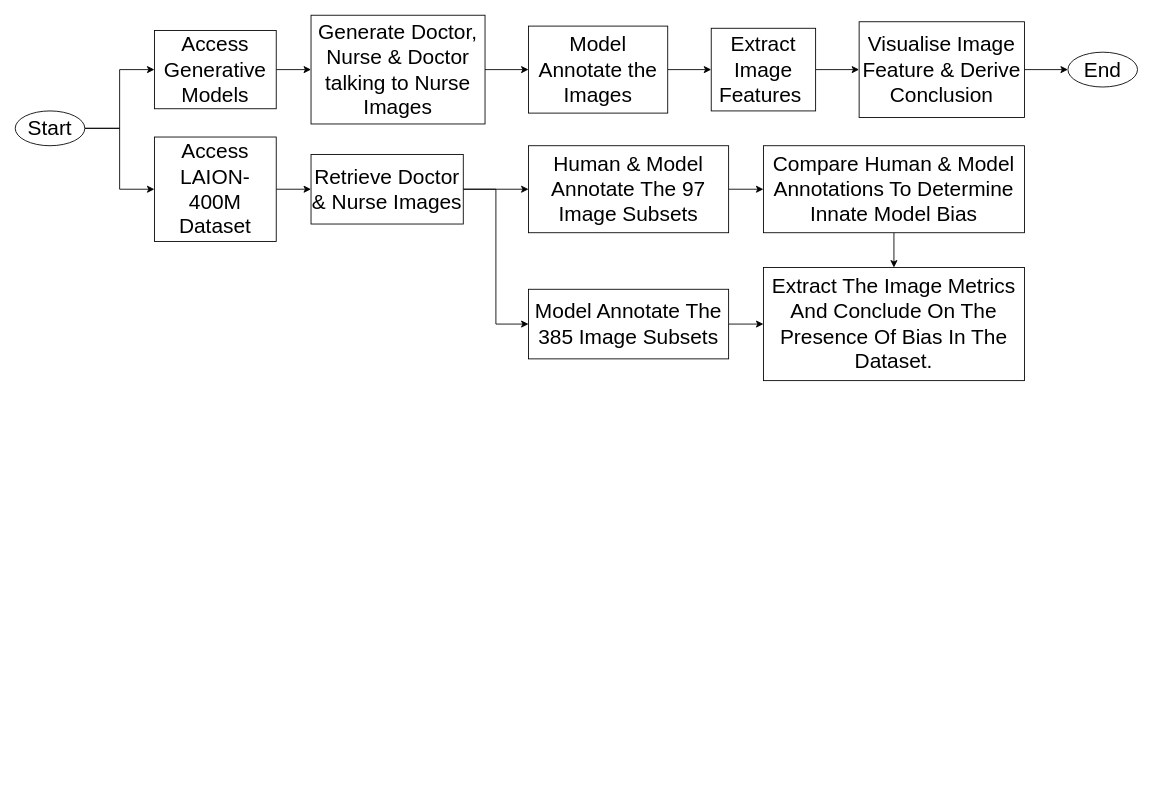
Earlier version of the draw.io diagram FYP - Thesis Write Up/FYP-FullPipeline.drawio (Jer0me123/FYP). Source tidied: cells renumbered, new cells numbered last; positions are measured from the earlier drawing's top-left corner, leaving out a move shared by most shapes. Both pictures are drawn from the tidied source at 87%, with x=0, y=0 at pixel (15, 15).
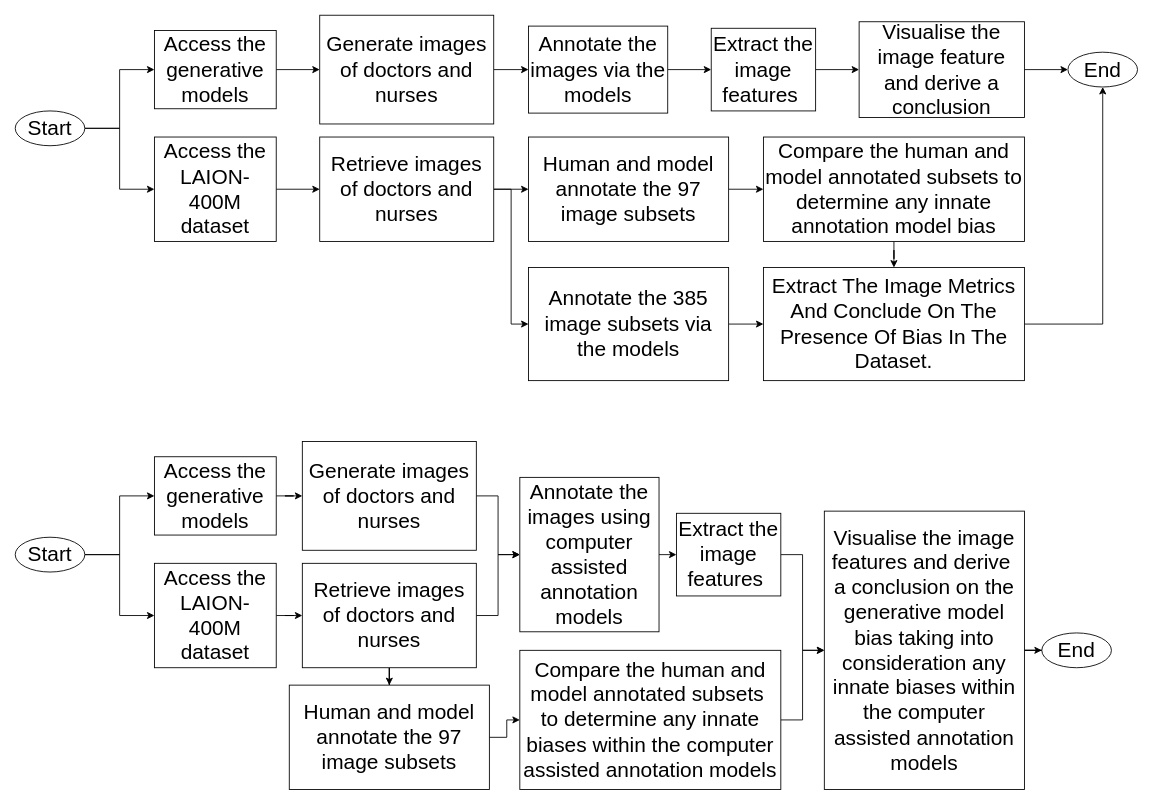
Above is the later version.

The change refers to these unchanged cells:
```xml
<mxCell id="5" value="End" style="ellipse;whiteSpace=wrap;html=1;fontSize=24;" parent="1" vertex="1">
  <mxGeometry x="1210" y="42.5" width="80" height="40" as="geometry" />
</mxCell>
<mxCell id="25" value="Extract The Image Metrics And Conclude On The Presence Of Bias In The Dataset." style="whiteSpace=wrap;html=1;rounded=0;fontSize=24;" parent="1" vertex="1">
  <mxGeometry x="860" y="290" width="300" height="130" as="geometry" />
</mxCell>
```

Change to the diagram source:
```diff
@@
-    <mxCell id="7" value="Access LAION-400M Dataset" style="rounded=0;whiteSpace=wrap;html=1;fontSize=24;" parent="1" vertex="1">
+    <mxCell id="7" value="Access the LAION-400M dataset" style="rounded=0;whiteSpace=wrap;html=1;fontSize=24;" parent="1" vertex="1">
       <mxGeometry x="160" y="140" width="140" height="120" as="geometry" />
     </mxCell>
@@
-    <mxCell id="10" value="Retrieve Doctor &amp;amp; Nurse Images" style="rounded=0;whiteSpace=wrap;html=1;fontSize=24;" parent="1" vertex="1">
-      <mxGeometry x="340" y="160" width="175" height="80" as="geometry" />
+    <mxCell id="10" value="Retrieve images of doctors and nurses" style="rounded=0;whiteSpace=wrap;html=1;fontSize=24;" parent="1" vertex="1">
+      <mxGeometry x="350" y="140" width="200" height="120" as="geometry" />
     </mxCell>
@@
-    <mxCell id="12" value="Human &amp;amp; Model Annotate The 97 Image Subsets" style="whiteSpace=wrap;html=1;rounded=0;fontSize=24;" parent="1" vertex="1">
-      <mxGeometry x="590" y="150" width="230" height="100" as="geometry" />
+    <mxCell id="12" value="Human and model annotate the 97 image subsets" style="whiteSpace=wrap;html=1;rounded=0;fontSize=24;" parent="1" vertex="1">
+      <mxGeometry x="590" y="140" width="230" height="120" as="geometry" />
     </mxCell>
@@
-    <mxCell id="14" value="Extract Image Features&amp;nbsp;" style="whiteSpace=wrap;html=1;rounded=0;fontSize=24;" parent="1" vertex="1">
+    <mxCell id="14" value="Extract the image features&amp;nbsp;" style="whiteSpace=wrap;html=1;rounded=0;fontSize=24;" parent="1" vertex="1">
       <mxGeometry x="800" y="15" width="120" height="95" as="geometry" />
     </mxCell>
@@
-    <mxCell id="16" value="Access Generative Models" style="rounded=0;whiteSpace=wrap;html=1;fontSize=24;" parent="1" vertex="1">
+    <mxCell id="16" value="Access the generative models" style="rounded=0;whiteSpace=wrap;html=1;fontSize=24;" parent="1" vertex="1">
       <mxGeometry x="160" y="17.5" width="140" height="90" as="geometry" />
     </mxCell>
@@
-    <mxCell id="18" value="Generate Doctor, Nurse &amp;amp; Doctor talking to Nurse Images" style="whiteSpace=wrap;html=1;rounded=0;fontSize=24;" parent="1" vertex="1">
-      <mxGeometry x="340" width="200" height="125" as="geometry" />
+    <mxCell id="18" value="Generate images of doctors and nurses" style="whiteSpace=wrap;html=1;rounded=0;fontSize=24;" parent="1" vertex="1">
+      <mxGeometry x="350" width="200" height="125" as="geometry" />
     </mxCell>
@@
-    <mxCell id="20" value="Model Annotate the Images" style="whiteSpace=wrap;html=1;rounded=0;fontSize=24;" parent="1" vertex="1">
+    <mxCell id="20" value="Annotate the images via the models" style="whiteSpace=wrap;html=1;rounded=0;fontSize=24;" parent="1" vertex="1">
       <mxGeometry x="590" y="12.5" width="160" height="100" as="geometry" />
     </mxCell>
@@
-    <mxCell id="22" value="Visualise Image Feature &amp;amp; Derive Conclusion" style="whiteSpace=wrap;html=1;rounded=0;fontSize=24;" parent="1" vertex="1">
+    <mxCell id="22" value="Visualise the image feature and derive a conclusion" style="whiteSpace=wrap;html=1;rounded=0;fontSize=24;" parent="1" vertex="1">
       <mxGeometry x="970" y="7.5" width="190" height="110" as="geometry" />
     </mxCell>
@@
-    <mxCell id="24" value="Model Annotate The 385 Image Subsets" style="whiteSpace=wrap;html=1;rounded=0;fontSize=24;" parent="1" vertex="1">
-      <mxGeometry x="590" y="315" width="230" height="80" as="geometry" />
+    <mxCell id="24" value="Annotate the 385 image subsets via the models" style="whiteSpace=wrap;html=1;rounded=0;fontSize=24;" parent="1" vertex="1">
+      <mxGeometry x="590" y="290" width="230" height="130" as="geometry" />
     </mxCell>
+    <mxCell id="28" style="edgeStyle=orthogonalEdgeStyle;rounded=0;jettySize=auto;html=1;entryX=0.5;entryY=1;entryDx=0;entryDy=0;" parent="1" edge="1" source="25" target="5">
+      <mxGeometry relative="1" as="geometry" />
+    </mxCell>
@@
-    <mxCell id="27" value="Compare Human &amp;amp; Model Annotations To Determine Innate Model Bias" style="whiteSpace=wrap;html=1;rounded=0;fontSize=24;" parent="1" vertex="1">
-      <mxGeometry x="860" y="150" width="300" height="100" as="geometry" />
+    <mxCell id="27" value="Compare the human and model annotated subsets to determine any innate annotation model bias" style="whiteSpace=wrap;html=1;rounded=0;fontSize=24;" parent="1" vertex="1">
+      <mxGeometry x="860" y="140" width="300" height="120" as="geometry" />
     </mxCell>
+    <mxCell id="29" style="edgeStyle=orthogonalEdgeStyle;rounded=0;jettySize=auto;html=1;entryX=0;entryY=0.5;entryDx=0;entryDy=0;fontSize=24;" parent="1" edge="1" source="31" target="34">
+      <mxGeometry relative="1" as="geometry" />
+    </mxCell>
+    <mxCell id="30" style="edgeStyle=orthogonalEdgeStyle;rounded=0;jettySize=auto;html=1;entryX=0;entryY=0.5;entryDx=0;entryDy=0;fontSize=24;" parent="1" edge="1" source="31" target="43">
+      <mxGeometry relative="1" as="geometry" />
+    </mxCell>
+    <mxCell id="31" value="Start" style="ellipse;whiteSpace=wrap;html=1;fontSize=24;" parent="1" vertex="1">
+      <mxGeometry y="600" width="80" height="40" as="geometry" />
+    </mxCell>
+    <mxCell id="32" value="End" style="ellipse;whiteSpace=wrap;html=1;fontSize=24;" parent="1" vertex="1">
+      <mxGeometry x="1180" y="710" width="80" height="40" as="geometry" />
+    </mxCell>
+    <mxCell id="33" style="edgeStyle=orthogonalEdgeStyle;rounded=0;jettySize=auto;html=1;fontSize=24;" parent="1" edge="1" source="34" target="37">
+      <mxGeometry relative="1" as="geometry" />
+    </mxCell>
+    <mxCell id="34" value="Access the LAION-400M dataset" style="rounded=0;whiteSpace=wrap;html=1;fontSize=24;" parent="1" vertex="1">
+      <mxGeometry x="160" y="630" width="140" height="120" as="geometry" />
+    </mxCell>
+    <mxCell id="35" style="edgeStyle=orthogonalEdgeStyle;rounded=0;jettySize=auto;html=1;entryX=0;entryY=0.5;entryDx=0;entryDy=0;" parent="1" edge="1" source="37" target="47">
+      <mxGeometry relative="1" as="geometry" />
+    </mxCell>
+    <mxCell id="36" style="edgeStyle=orthogonalEdgeStyle;rounded=0;jettySize=auto;html=1;entryX=0.5;entryY=0;entryDx=0;entryDy=0;" parent="1" edge="1" source="37" target="39">
+      <mxGeometry relative="1" as="geometry" />
+    </mxCell>
+    <mxCell id="37" value="Retrieve images of doctors and nurses" style="rounded=0;whiteSpace=wrap;html=1;fontSize=24;" parent="1" vertex="1">
+      <mxGeometry x="330" y="630" width="200" height="120" as="geometry" />
+    </mxCell>
+    <mxCell id="38" style="edgeStyle=orthogonalEdgeStyle;rounded=0;jettySize=auto;html=1;fontSize=24;" parent="1" edge="1" source="39" target="52">
+      <mxGeometry relative="1" as="geometry" />
+    </mxCell>
+    <mxCell id="39" value="Human and model annotate the 97 image subsets" style="whiteSpace=wrap;html=1;rounded=0;fontSize=24;" parent="1" vertex="1">
+      <mxGeometry x="315" y="770" width="230" height="120" as="geometry" />
+    </mxCell>
+    <mxCell id="40" style="edgeStyle=orthogonalEdgeStyle;rounded=0;jettySize=auto;html=1;entryX=0;entryY=0.5;entryDx=0;entryDy=0;" parent="1" edge="1" source="41" target="49">
+      <mxGeometry relative="1" as="geometry" />
+    </mxCell>
+    <mxCell id="41" value="Extract the image features&amp;nbsp;" style="whiteSpace=wrap;html=1;rounded=0;fontSize=24;" parent="1" vertex="1">
+      <mxGeometry x="760" y="572.5" width="120" height="95" as="geometry" />
+    </mxCell>
+    <mxCell id="42" style="edgeStyle=orthogonalEdgeStyle;rounded=0;jettySize=auto;html=1;fontSize=24;" parent="1" edge="1" source="43" target="45">
+      <mxGeometry relative="1" as="geometry" />
+    </mxCell>
+    <mxCell id="43" value="Access the generative models" style="rounded=0;whiteSpace=wrap;html=1;fontSize=24;" parent="1" vertex="1">
+      <mxGeometry x="160" y="507.5" width="140" height="90" as="geometry" />
+    </mxCell>
+    <mxCell id="44" style="edgeStyle=orthogonalEdgeStyle;rounded=0;jettySize=auto;html=1;fontSize=24;" parent="1" edge="1" source="45" target="47">
+      <mxGeometry relative="1" as="geometry" />
+    </mxCell>
+    <mxCell id="45" value="Generate images of doctors and nurses" style="whiteSpace=wrap;html=1;rounded=0;fontSize=24;" parent="1" vertex="1">
+      <mxGeometry x="330" y="490" width="200" height="125" as="geometry" />
+    </mxCell>
+    <mxCell id="46" style="edgeStyle=orthogonalEdgeStyle;rounded=0;jettySize=auto;html=1;entryX=0;entryY=0.5;entryDx=0;entryDy=0;fontSize=24;" parent="1" edge="1" source="47" target="41">
+      <mxGeometry relative="1" as="geometry" />
+    </mxCell>
+    <mxCell id="47" value="Annotate the images using computer assisted annotation models" style="whiteSpace=wrap;html=1;rounded=0;fontSize=24;" parent="1" vertex="1">
+      <mxGeometry x="580" y="531.2" width="160" height="177.5" as="geometry" />
+    </mxCell>
+    <mxCell id="48" style="edgeStyle=orthogonalEdgeStyle;rounded=0;jettySize=auto;html=1;entryX=0;entryY=0.5;entryDx=0;entryDy=0;" parent="1" edge="1" source="49" target="32">
+      <mxGeometry relative="1" as="geometry" />
+    </mxCell>
+    <mxCell id="49" value="Visualise the image features and derive&amp;nbsp;&lt;div&gt;a conclusion on the generative model bias taking into consideration any innate biases within the&amp;nbsp;&lt;span style=&quot;background-color: initial;&quot;&gt;computer assisted annotation models&lt;/span&gt;&lt;/div&gt;" style="whiteSpace=wrap;html=1;rounded=0;fontSize=24;" parent="1" vertex="1">
+      <mxGeometry x="930" y="570" width="230" height="320" as="geometry" />
+    </mxCell>
+    <mxCell id="50" style="edgeStyle=orthogonalEdgeStyle;rounded=0;orthogonalLoop=1;jettySize=auto;html=1;fontSize=24;" parent="1" edge="1">
+      <mxGeometry relative="1" as="geometry">
+        <mxPoint x="820" y="845" as="sourcePoint" />
+      </mxGeometry>
+    </mxCell>
+    <mxCell id="51" style="edgeStyle=orthogonalEdgeStyle;rounded=0;jettySize=auto;html=1;entryX=0;entryY=0.5;entryDx=0;entryDy=0;" parent="1" edge="1" source="52" target="49">
+      <mxGeometry relative="1" as="geometry" />
+    </mxCell>
+    <mxCell id="52" value="Compare the human and model annotated subsets&amp;nbsp;&lt;div&gt;to determine any innate biases within the computer assisted annotation models&lt;/div&gt;" style="whiteSpace=wrap;html=1;rounded=0;fontSize=24;" parent="1" vertex="1">
+      <mxGeometry x="580" y="730" width="300" height="160" as="geometry" />
+    </mxCell>
```
